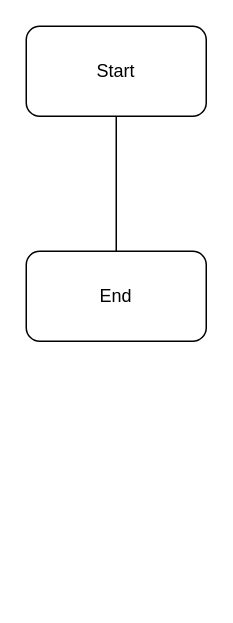
The draw.io diagram flowchart.drawio in zanaviska/diploma, before the edit. Source tidied: cells renumbered, new cells numbered last; positions are measured from the earlier drawing's top-left corner, leaving out a move shared by most shapes. Both pictures are drawn from the tidied source at 150%, with x=0, y=0 at pixel (26, 26).
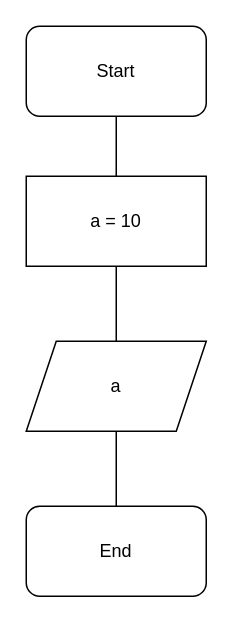
The same page after the edit.

What changed in the source:
```diff
@@
 <mxGraphModel>
   <root>
     <mxCell id="0" />
     <mxCell id="1" parent="0" />
     <mxCell id="2" value="Start" style="rounded=1;whiteSpace=wrap;html=1;" parent="1" vertex="1">
       <mxGeometry width="120" height="60" as="geometry" />
     </mxCell>
     <mxCell id="3" value="End" style="rounded=1;whiteSpace=wrap;html=1;" parent="1" vertex="1">
-      <mxGeometry y="150" width="120" height="60" as="geometry" />
+      <mxGeometry y="320" width="120" height="60" as="geometry" />
     </mxCell>
-    <mxCell id="4" style="endArrow=none;html=1;entryX=0.5;entryY=1;entryDx=0;entryDy=0;exitX=0.5;exitY=0;exitDx=0;exitDy=0;" parent="1" edge="1" source="3" target="2">
+    <mxCell id="4" style="endArrow=none;html=1;entryX=0.5;entryY=1;entryDx=0;entryDy=0;exitX=0.5;exitY=0;exitDx=0;exitDy=0;" parent="1" edge="1" source="5" target="2">
       <mxGeometry relative="1" as="geometry" />
     </mxCell>
+    <mxCell id="5" value="a = 10" style="rounded=0;whiteSpace=wrap;html=1;" parent="1" vertex="1">
+      <mxGeometry y="100" width="120" height="60" as="geometry" />
+    </mxCell>
+    <mxCell id="6" style="endArrow=none;html=1;entryX=0.5;entryY=1;entryDx=0;entryDy=0;exitX=0.5;exitY=0;exitDx=0;exitDy=0;" parent="1" edge="1" source="7" target="5">
+      <mxGeometry relative="1" as="geometry" />
+    </mxCell>
+    <mxCell id="7" value="а" style="shape=parallelogram;perimeter=parallelogramPerimeter;whiteSpace=wrap;html=1;fixedSize=1;" parent="1" vertex="1">
+      <mxGeometry y="210" width="120" height="60" as="geometry" />
+    </mxCell>
+    <mxCell id="8" style="endArrow=none;html=1;entryX=0.5;entryY=1;entryDx=0;entryDy=0;exitX=0.5;exitY=0;exitDx=0;exitDy=0;" parent="1" edge="1" source="3" target="7">
+      <mxGeometry relative="1" as="geometry" />
+    </mxCell>
   </root>
 </mxGraphModel>
```
